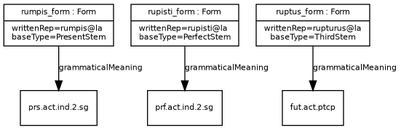
This is examples/example_16.png from ontolex/morph, a Graphviz export, as it was before one commit. Its source is kept beside it as examples/example_16.dot.
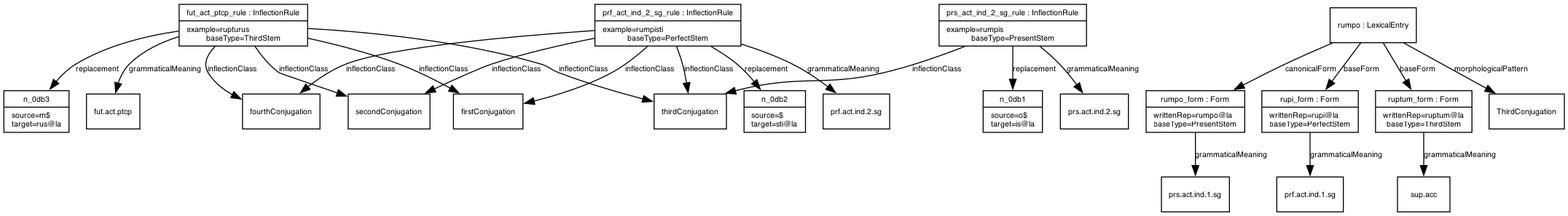
Later version of the same file.

Diff of the diagram source:
```diff
@@ -13,13 +13,47 @@
       fontsize = 8
     ]
 
+n_0db3 [ label="{n_0db3|source=m$\ltarget=rus@la}" ]
+fut_act_ptcp_rule -> n_0db3 [ label="replacement" ]
+firstConjugation [ label="{firstConjugation}" ]
+fut_act_ptcp_rule -> firstConjugation [ label="inflectionClass" ]
+secondConjugation [ label="{secondConjugation}" ]
+fut_act_ptcp_rule -> secondConjugation [ label="inflectionClass" ]
+thirdConjugation [ label="{thirdConjugation}" ]
+fut_act_ptcp_rule -> thirdConjugation [ label="inflectionClass" ]
+fourthConjugation [ label="{fourthConjugation}" ]
+fut_act_ptcp_rule -> fourthConjugation [ label="inflectionClass" ]
+futactptcp [ label="{fut.act.ptcp}" ]
+fut_act_ptcp_rule -> futactptcp [ label="grammaticalMeaning" ]
+fut_act_ptcp_rule [ label="{fut_act_ptcp_rule : InflectionRule|example=rupturus\lbaseType=ThirdStem}" ]
+prsactind1sg [ label="{prs.act.ind.1.sg}" ]
+rumpo_form -> prsactind1sg [ label="grammaticalMeaning" ]
+rumpo_form [ label="{rumpo_form : Form|writtenRep=rumpo@la\lbaseType=PresentStem}" ]
+rumpo -> rumpo_form [ label="canonicalForm" ]
+prfactind1sg [ label="{prf.act.ind.1.sg}" ]
+rupi_form -> prfactind1sg [ label="grammaticalMeaning" ]
+rupi_form [ label="{rupi_form : Form|writtenRep=rupi@la\lbaseType=PerfectStem}" ]
+rumpo -> rupi_form [ label="baseForm" ]
+supacc [ label="{sup.acc}" ]
+ruptum_form -> supacc [ label="grammaticalMeaning" ]
+ruptum_form [ label="{ruptum_form : Form|writtenRep=ruptum@la\lbaseType=ThirdStem}" ]
+rumpo -> ruptum_form [ label="baseForm" ]
+ThirdConjugation [ label="{ThirdConjugation}" ]
+rumpo -> ThirdConjugation [ label="morphologicalPattern" ]
+rumpo [ label="{rumpo : LexicalEntry}" ]
+n_0db2 [ label="{n_0db2|source=$\ltarget=sti@la}" ]
+prf_act_ind_2_sg_rule -> n_0db2 [ label="replacement" ]
+prf_act_ind_2_sg_rule -> firstConjugation [ label="inflectionClass" ]
+prf_act_ind_2_sg_rule -> secondConjugation [ label="inflectionClass" ]
+prf_act_ind_2_sg_rule -> thirdConjugation [ label="inflectionClass" ]
+prf_act_ind_2_sg_rule -> fourthConjugation [ label="inflectionClass" ]
+prfactind2sg [ label="{prf.act.ind.2.sg}" ]
+prf_act_ind_2_sg_rule -> prfactind2sg [ label="grammaticalMeaning" ]
+prf_act_ind_2_sg_rule [ label="{prf_act_ind_2_sg_rule : InflectionRule|example=rumpisti\lbaseType=PerfectStem}" ]
+n_0db1 [ label="{n_0db1|source=o$\ltarget=is@la}" ]
+prs_act_ind_2_sg_rule -> n_0db1 [ label="replacement" ]
+prs_act_ind_2_sg_rule -> thirdConjugation [ label="inflectionClass" ]
 prsactind2sg [ label="{prs.act.ind.2.sg}" ]
-rumpis_form -> prsactind2sg [ label="grammaticalMeaning" ]
-rumpis_form [ label="{rumpis_form : Form|writtenRep=rumpis@la\lbaseType=PresentStem}" ]
-prfactind2sg [ label="{prf.act.ind.2.sg}" ]
-rupisti_form -> prfactind2sg [ label="grammaticalMeaning" ]
-rupisti_form [ label="{rupisti_form : Form|writtenRep=rupisti@la\lbaseType=PerfectStem}" ]
-futactptcp [ label="{fut.act.ptcp}" ]
-ruptus_form -> futactptcp [ label="grammaticalMeaning" ]
-ruptus_form [ label="{ruptus_form : Form|writtenRep=rupturus@la\lbaseType=ThirdStem}" ]
+prs_act_ind_2_sg_rule -> prsactind2sg [ label="grammaticalMeaning" ]
+prs_act_ind_2_sg_rule [ label="{prs_act_ind_2_sg_rule : InflectionRule|example=rumpis\lbaseType=PresentStem}" ]
 }
```
